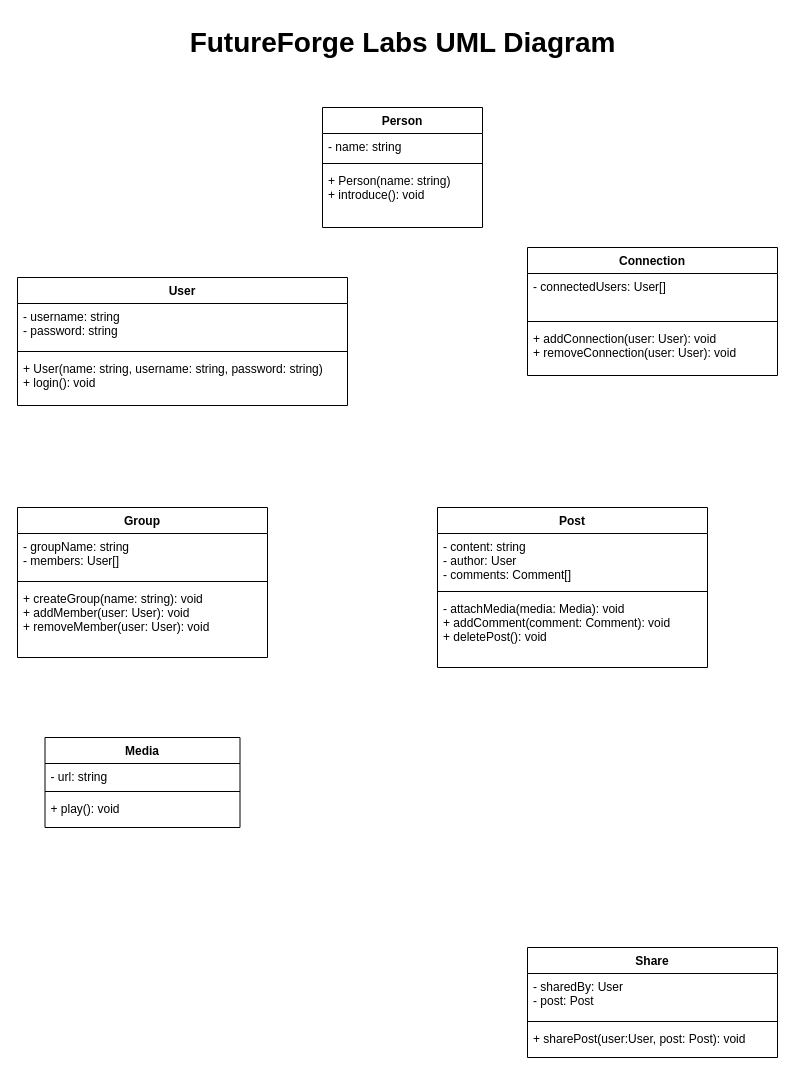
This is docs/futureforge/futureforgeuml.drawio from BlazerLabs/CSC-3105-22-23-Project-Repo, a draw.io file, before an edit. Source tidied: cells renumbered, new cells numbered last; positions are measured from the earlier drawing's top-left corner, leaving out a move shared by most shapes. Both pictures are drawn from the tidied source at 100%, with x=0, y=0 at pixel (17, 17).
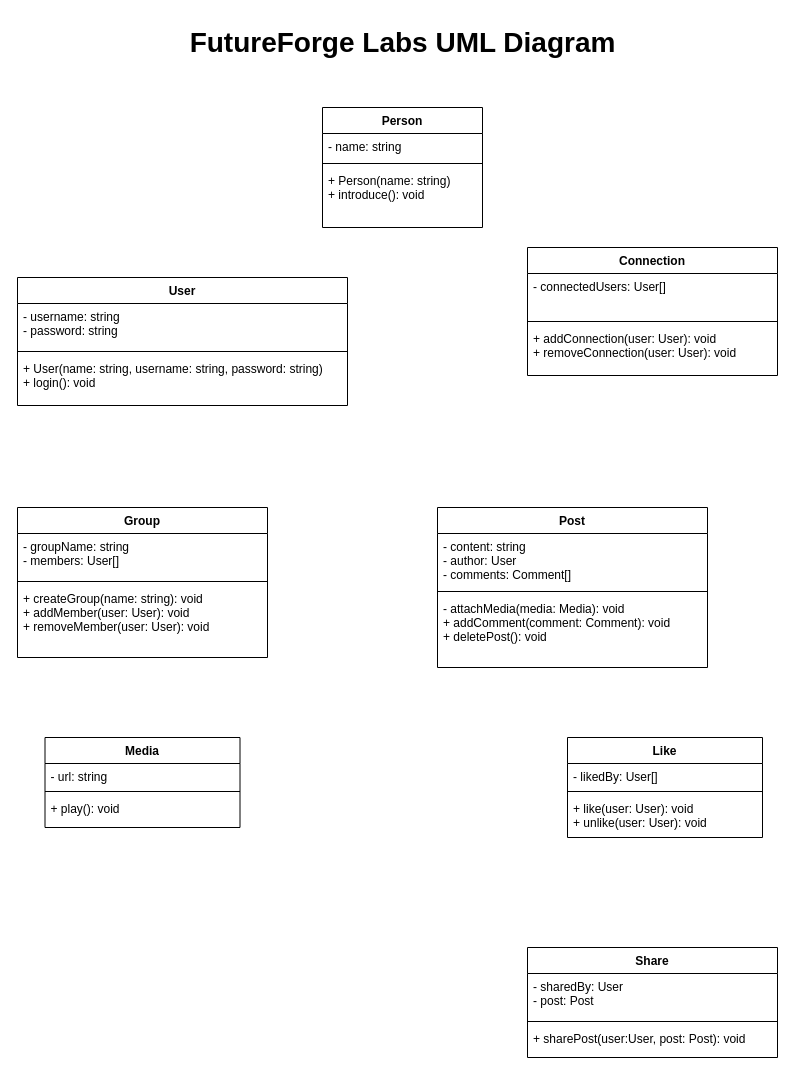
After the change.

Commit message:
Created the Like class part of the uml

Change to the diagram source:
```diff
@@
+    <mxCell id="31" value="Like&#10;" style="swimlane;fontStyle=1;align=center;verticalAlign=top;horizontal=1;startSize=26;" parent="1" vertex="1">
+      <mxGeometry x="550" y="720" width="195" height="100" as="geometry" />
+    </mxCell>
+    <mxCell id="32" value="- likedBy: User[]" style="text;strokeColor=none;fillColor=none;align=left;verticalAlign=top;spacingLeft=4;spacingRight=4;overflow=hidden;" parent="31" vertex="1">
+      <mxGeometry y="26" width="195" height="24" as="geometry" />
+    </mxCell>
+    <mxCell id="33" style="line;strokeWidth=1;fillColor=none;align=left;verticalAlign=middle;spacingTop=-1;spacingLeft=3;spacingRight=3;labelPosition=right;strokeColor=inherit;" parent="31" vertex="1">
+      <mxGeometry y="50" width="195" height="8" as="geometry" />
+    </mxCell>
+    <mxCell id="34" value="+ like(user: User): void&#10;+ unlike(user: User): void" style="text;strokeColor=none;fillColor=none;align=left;verticalAlign=top;spacingLeft=4;spacingRight=4;overflow=hidden;" parent="31" vertex="1">
+      <mxGeometry y="58" width="195" height="42" as="geometry" />
+    </mxCell>
```
